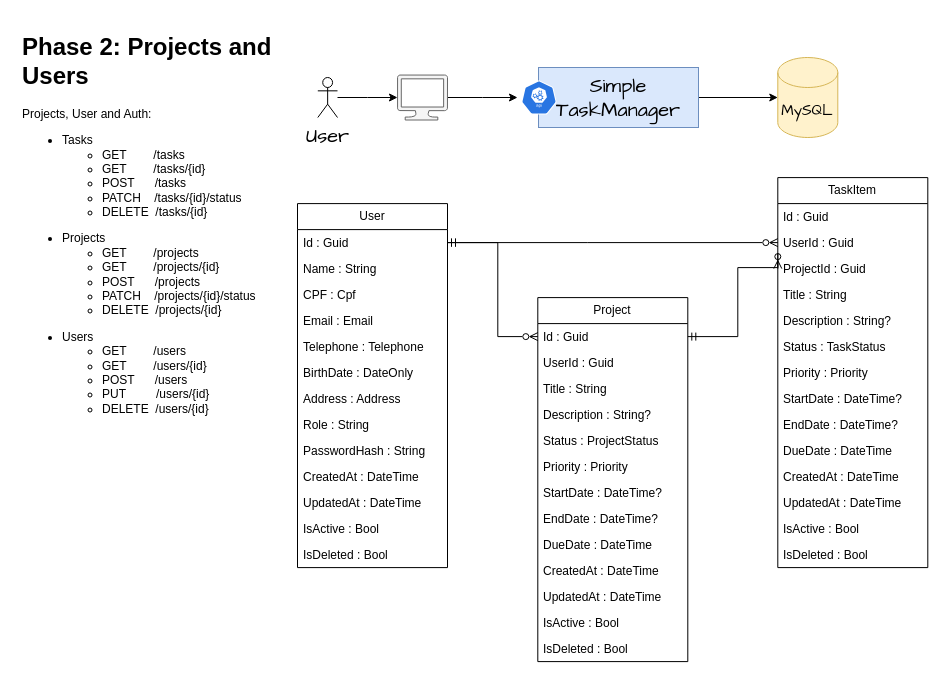
EduardoDorr/SimpleTaskManager keeps this draw.io diagram as page "Phase 2: Projects and Users" (2 of 3) of doc/SimpleTaskManager.drawio. Above is the earlier version. Source tidied: cells renumbered, new cells numbered last; positions are measured from the earlier drawing's top-left corner, leaving out a move shared by most shapes. Both pictures are drawn from the tidied source at 100%, with x=0, y=0 at pixel (17, 27).
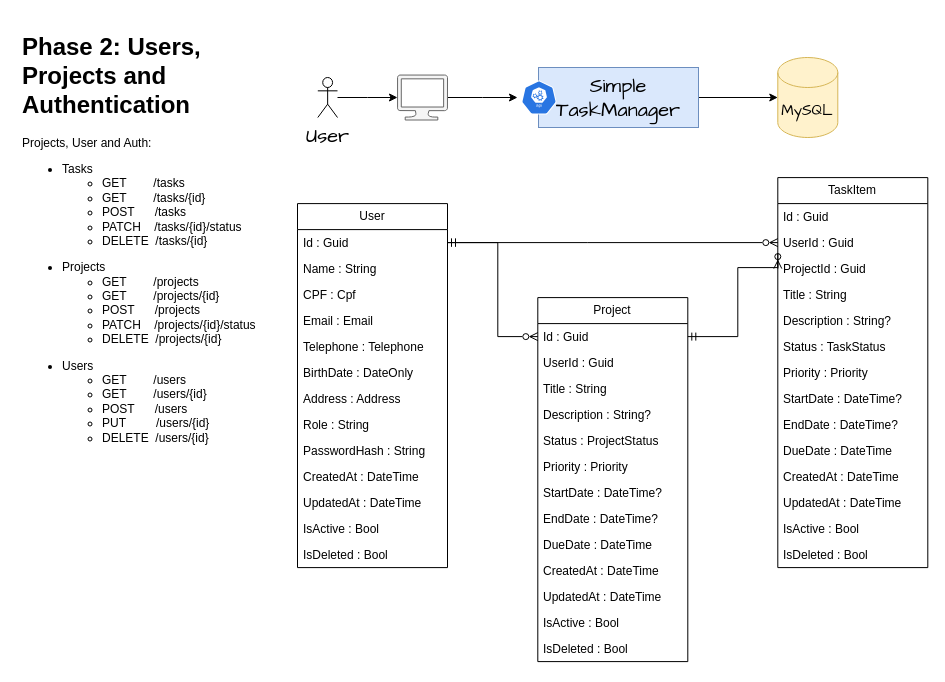
The same page after the edit.

Commit message (it also covers changes not shown here):
Update docker-compose, README and diagram

What changed in the source:
```diff
@@
-    <mxCell id="57" value="&lt;h1&gt;Phase 2: Projects and Users&lt;/h1&gt;&lt;p&gt;Projects, User and Auth:&lt;/p&gt;&lt;p&gt;&lt;/p&gt;&lt;ul&gt;&lt;li&gt;Tasks&lt;br&gt;&lt;/li&gt;&lt;ul&gt;&lt;li&gt;&lt;span style=&quot;background-color: initial;&quot;&gt;GET&amp;nbsp; &amp;nbsp; &amp;nbsp; &amp;nbsp; /&lt;/span&gt;tasks&lt;/li&gt;&lt;li style=&quot;border-color: var(--border-color);&quot;&gt;GET&amp;nbsp; &amp;nbsp; &amp;nbsp; &amp;nbsp; /tasks/{id}&lt;/li&gt;&lt;li&gt;POST&amp;nbsp; &amp;nbsp; &amp;nbsp; /tasks&lt;/li&gt;&lt;li&gt;PATCH&amp;nbsp; &amp;nbsp; /tasks/{id}/status&lt;/li&gt;&lt;li&gt;DELETE&amp;nbsp; /tasks/{id}&lt;/li&gt;&lt;/ul&gt;&lt;/ul&gt;&lt;div&gt;&lt;ul style=&quot;border-color: var(--border-color);&quot;&gt;&lt;li style=&quot;border-color: var(--border-color);&quot;&gt;Projects&lt;/li&gt;&lt;ul style=&quot;border-color: var(--border-color);&quot;&gt;&lt;li style=&quot;border-color: var(--border-color);&quot;&gt;GET&amp;nbsp; &amp;nbsp; &amp;nbsp; &amp;nbsp; /projects&lt;/li&gt;&lt;li style=&quot;border-color: var(--border-color);&quot;&gt;GET&amp;nbsp; &amp;nbsp; &amp;nbsp; &amp;nbsp; /projects/{id}&lt;/li&gt;&lt;li style=&quot;border-color: var(--border-color);&quot;&gt;POST&amp;nbsp; &amp;nbsp; &amp;nbsp; /projects&lt;/li&gt;&lt;li style=&quot;border-color: var(--border-color);&quot;&gt;PATCH&amp;nbsp; &amp;nbsp; /projects/{id}/status&lt;/li&gt;&lt;li style=&quot;border-color: var(--border-color);&quot;&gt;DELETE&amp;nbsp; /projects/{id}&lt;/li&gt;&lt;/ul&gt;&lt;/ul&gt;&lt;div&gt;&lt;ul style=&quot;border-color: var(--border-color);&quot;&gt;&lt;li style=&quot;border-color: var(--border-color);&quot;&gt;Users&lt;/li&gt;&lt;ul style=&quot;border-color: var(--border-color);&quot;&gt;&lt;li style=&quot;border-color: var(--border-color);&quot;&gt;GET&amp;nbsp; &amp;nbsp; &amp;nbsp; &amp;nbsp; /users&lt;/li&gt;&lt;li style=&quot;border-color: var(--border-color);&quot;&gt;GET&amp;nbsp; &amp;nbsp; &amp;nbsp; &amp;nbsp; /users/{id}&lt;/li&gt;&lt;li style=&quot;border-color: var(--border-color);&quot;&gt;POST&amp;nbsp; &amp;nbsp; &amp;nbsp; /users&lt;/li&gt;&lt;li style=&quot;border-color: var(--border-color);&quot;&gt;PUT&amp;nbsp; &amp;nbsp; &amp;nbsp; &amp;nbsp; &amp;nbsp;/users/{id}&lt;/li&gt;&lt;li style=&quot;border-color: var(--border-color);&quot;&gt;DELETE&amp;nbsp; /users/{id}&lt;/li&gt;&lt;/ul&gt;&lt;/ul&gt;&lt;/div&gt;&lt;/div&gt;&lt;p&gt;&lt;/p&gt;" style="text;html=1;strokeColor=none;fillColor=none;spacing=5;spacingTop=-20;whiteSpace=wrap;overflow=hidden;rounded=0;" parent="1" vertex="1">
+    <mxCell id="57" value="&lt;h1&gt;Phase 2: Users, Projects and Authentication&lt;/h1&gt;&lt;p&gt;Projects, User and Auth:&lt;/p&gt;&lt;p&gt;&lt;/p&gt;&lt;ul&gt;&lt;li&gt;Tasks&lt;br&gt;&lt;/li&gt;&lt;ul&gt;&lt;li&gt;&lt;span style=&quot;background-color: initial;&quot;&gt;GET&amp;nbsp; &amp;nbsp; &amp;nbsp; &amp;nbsp; /&lt;/span&gt;tasks&lt;/li&gt;&lt;li style=&quot;border-color: var(--border-color);&quot;&gt;GET&amp;nbsp; &amp;nbsp; &amp;nbsp; &amp;nbsp; /tasks/{id}&lt;/li&gt;&lt;li&gt;POST&amp;nbsp; &amp;nbsp; &amp;nbsp; /tasks&lt;/li&gt;&lt;li&gt;PATCH&amp;nbsp; &amp;nbsp; /tasks/{id}/status&lt;/li&gt;&lt;li&gt;DELETE&amp;nbsp; /tasks/{id}&lt;/li&gt;&lt;/ul&gt;&lt;/ul&gt;&lt;div&gt;&lt;ul style=&quot;border-color: var(--border-color);&quot;&gt;&lt;li style=&quot;border-color: var(--border-color);&quot;&gt;Projects&lt;/li&gt;&lt;ul style=&quot;border-color: var(--border-color);&quot;&gt;&lt;li style=&quot;border-color: var(--border-color);&quot;&gt;GET&amp;nbsp; &amp;nbsp; &amp;nbsp; &amp;nbsp; /projects&lt;/li&gt;&lt;li style=&quot;border-color: var(--border-color);&quot;&gt;GET&amp;nbsp; &amp;nbsp; &amp;nbsp; &amp;nbsp; /projects/{id}&lt;/li&gt;&lt;li style=&quot;border-color: var(--border-color);&quot;&gt;POST&amp;nbsp; &amp;nbsp; &amp;nbsp; /projects&lt;/li&gt;&lt;li style=&quot;border-color: var(--border-color);&quot;&gt;PATCH&amp;nbsp; &amp;nbsp; /projects/{id}/status&lt;/li&gt;&lt;li style=&quot;border-color: var(--border-color);&quot;&gt;DELETE&amp;nbsp; /projects/{id}&lt;/li&gt;&lt;/ul&gt;&lt;/ul&gt;&lt;div&gt;&lt;ul style=&quot;border-color: var(--border-color);&quot;&gt;&lt;li style=&quot;border-color: var(--border-color);&quot;&gt;Users&lt;/li&gt;&lt;ul style=&quot;border-color: var(--border-color);&quot;&gt;&lt;li style=&quot;border-color: var(--border-color);&quot;&gt;GET&amp;nbsp; &amp;nbsp; &amp;nbsp; &amp;nbsp; /users&lt;/li&gt;&lt;li style=&quot;border-color: var(--border-color);&quot;&gt;GET&amp;nbsp; &amp;nbsp; &amp;nbsp; &amp;nbsp; /users/{id}&lt;/li&gt;&lt;li style=&quot;border-color: var(--border-color);&quot;&gt;POST&amp;nbsp; &amp;nbsp; &amp;nbsp; /users&lt;/li&gt;&lt;li style=&quot;border-color: var(--border-color);&quot;&gt;PUT&amp;nbsp; &amp;nbsp; &amp;nbsp; &amp;nbsp; &amp;nbsp;/users/{id}&lt;/li&gt;&lt;li style=&quot;border-color: var(--border-color);&quot;&gt;DELETE&amp;nbsp; /users/{id}&lt;/li&gt;&lt;/ul&gt;&lt;/ul&gt;&lt;/div&gt;&lt;/div&gt;&lt;p&gt;&lt;/p&gt;" style="text;html=1;strokeColor=none;fillColor=none;spacing=5;spacingTop=-20;whiteSpace=wrap;overflow=hidden;rounded=0;" parent="1" vertex="1">
       <mxGeometry width="270" height="510" as="geometry" />
     </mxCell>
```
